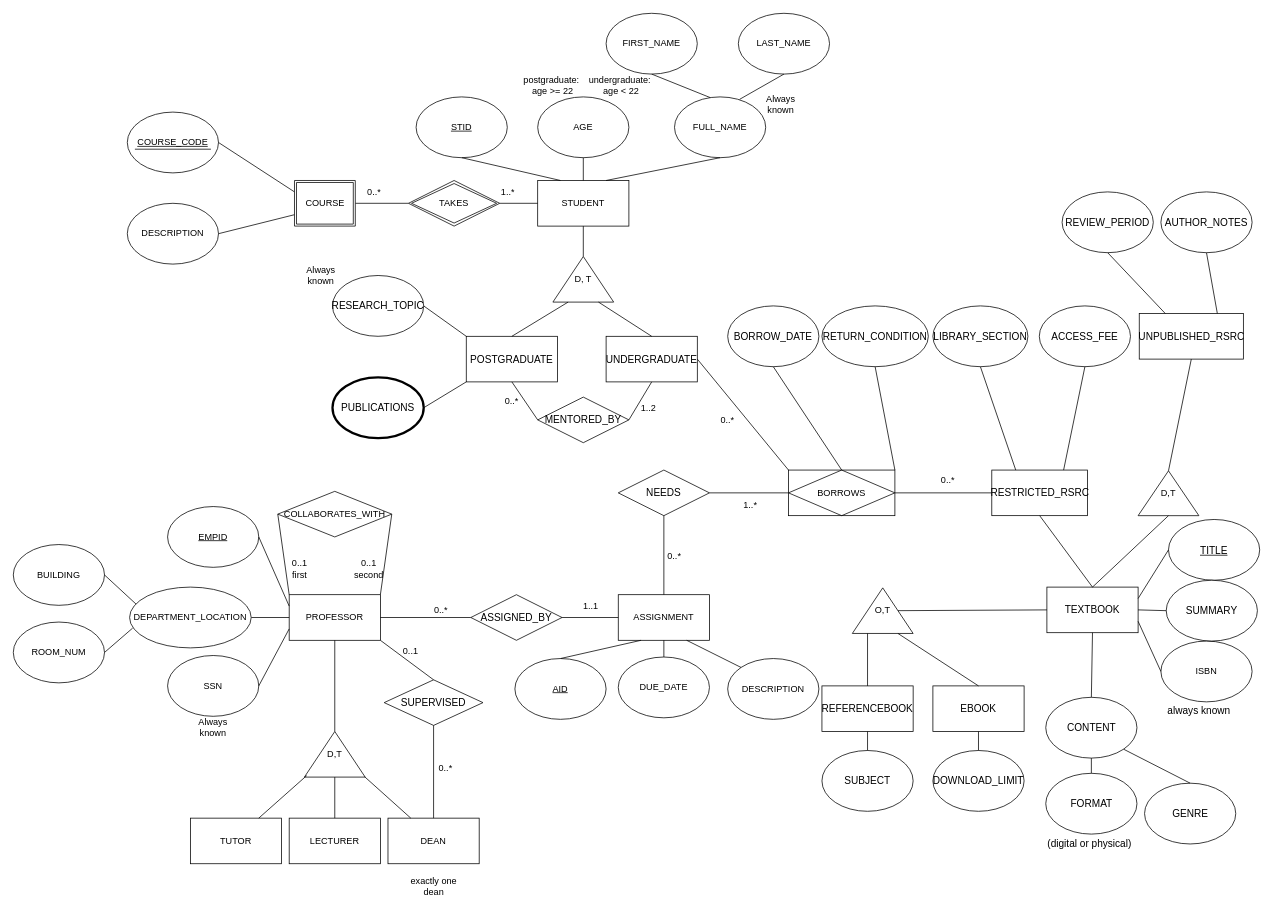
The draw.io diagram DM-HW1_Janis & Cuihuan.drawio in us-ja/Data_Management, before the edit. Source tidied: cells renumbered, new cells numbered last; positions are measured from the earlier drawing's top-left corner, leaving out a move shared by most shapes. Both pictures are drawn from the tidied source at 76%, with x=0, y=0 at pixel (13, 13).
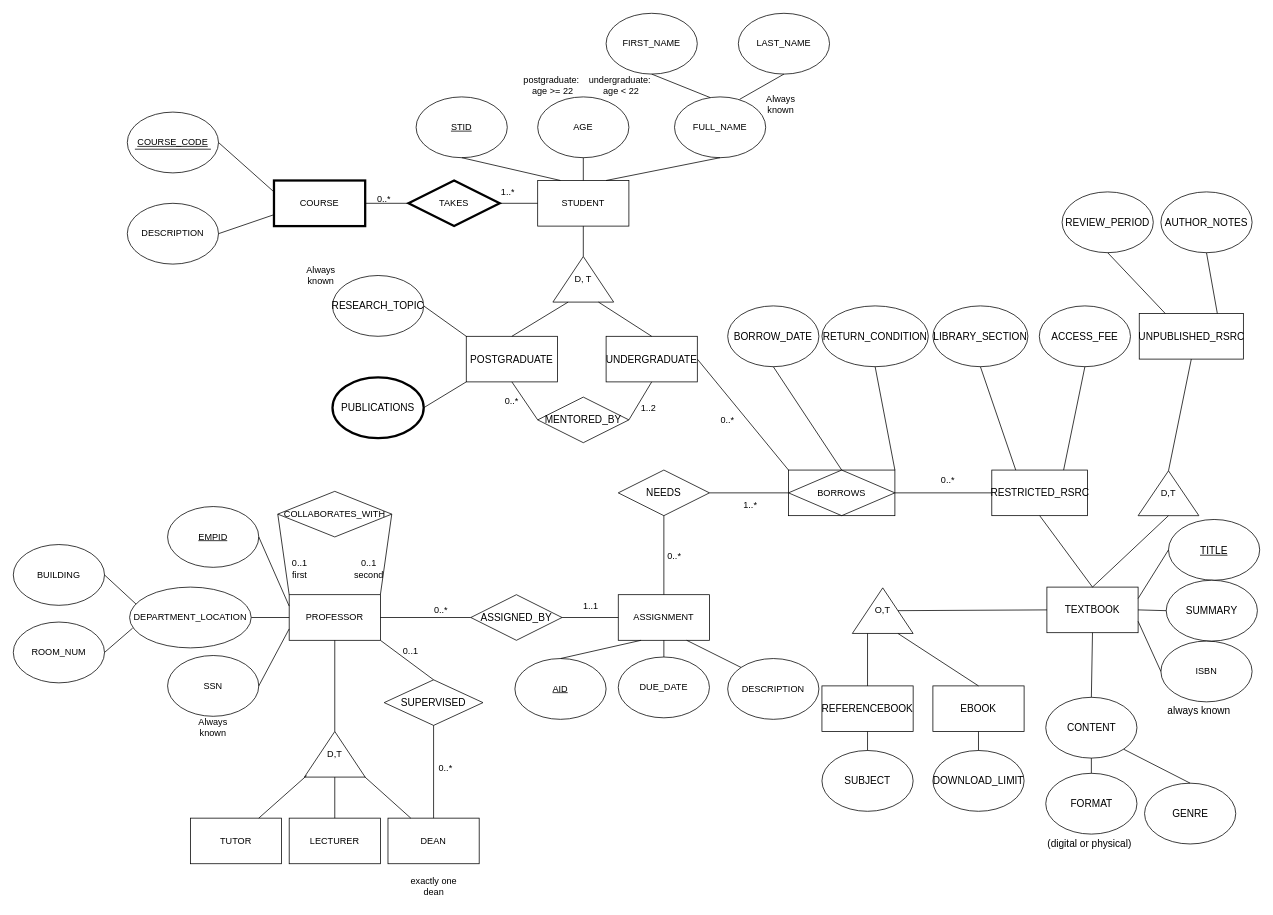
Above is the later version.

Unchanged cells that the change refers to:
```xml
<mxCell id="27" value="DESCRIPTION" style="ellipse;whiteSpace=wrap;html=1;" parent="1" vertex="1">
  <mxGeometry x="150" y="250" width="120" height="80" as="geometry" />
</mxCell>
<mxCell id="28" value="&lt;u&gt;COURSE_CODE&lt;/u&gt;" style="ellipse;whiteSpace=wrap;html=1;fontStyle=0;" parent="1" vertex="1">
  <mxGeometry x="150" y="130" width="120" height="80" as="geometry" />
</mxCell>
```

What changed in the source:
```diff
@@
-    <mxCell id="29" style="endArrow=none;html=1;rounded=0;exitX=1;exitY=0.5;exitDx=0;exitDy=0;entryX=0;entryY=0;entryDx=0;entryDy=15;entryPerimeter=0;" parent="1" edge="1" source="28" target="79">
+    <mxCell id="29" style="endArrow=none;html=1;rounded=0;exitX=1;exitY=0.5;exitDx=0;exitDy=0;entryX=0;entryY=0.25;entryDx=0;entryDy=0;shadow=0;fontColor=default;" parent="1" edge="1" source="28" target="81">
       <mxGeometry relative="1" as="geometry" />
     </mxCell>
-    <mxCell id="30" style="endArrow=none;html=1;rounded=0;entryX=1;entryY=0.5;entryDx=0;entryDy=0;exitX=0;exitY=0;exitDx=0;exitDy=45;exitPerimeter=0;" parent="1" edge="1" source="79" target="27">
+    <mxCell id="30" style="endArrow=none;html=1;rounded=0;entryX=1;entryY=0.5;entryDx=0;entryDy=0;exitX=0;exitY=0.75;exitDx=0;exitDy=0;shadow=0;fontColor=default;" parent="1" edge="1" source="81" target="27">
       <mxGeometry relative="1" as="geometry" />
     </mxCell>
@@
-    <mxCell id="78" style="edgeStyle=orthogonalEdgeStyle;rounded=0;jettySize=auto;html=1;endArrow=none;startFill=0;" parent="1" edge="1" source="79" target="80">
+    <mxCell id="78" style="edgeStyle=orthogonalEdgeStyle;rounded=0;jettySize=auto;html=1;endArrow=none;startFill=0;shadow=0;fontColor=default;exitX=1;exitY=0.5;exitDx=0;exitDy=0;" parent="1" edge="1" source="81" target="80">
       <mxGeometry relative="1" as="geometry" />
     </mxCell>
-    <mxCell id="79" style="verticalLabelPosition=bottom;verticalAlign=top;html=1;shape=mxgraph.basic.frame;dx=2.63;whiteSpace=wrap;" parent="1" vertex="1">
-      <mxGeometry x="370" y="220" width="80" height="60" as="geometry" />
-    </mxCell>
-    <mxCell id="80" value="TAKES" style="shape=rhombus;double=1;perimeter=rhombusPerimeter;whiteSpace=wrap;html=1;align=center;" parent="1" vertex="1">
+    <mxCell id="80" value="TAKES" style="shape=rhombus;double=0;perimeter=rhombusPerimeter;whiteSpace=wrap;html=1;align=center;strokeWidth=3;" parent="1" vertex="1">
       <mxGeometry x="520" y="220" width="120" height="60" as="geometry" />
     </mxCell>
-    <mxCell id="81" value="COURSE" style="text;html=1;align=center;verticalAlign=middle;points=[];strokeColor=none;fillColor=none;" parent="1" vertex="1">
-      <mxGeometry x="375" y="235" width="70" height="30" as="geometry" />
-    </mxCell>
     <mxCell id="82" value="0..*" style="text;strokeColor=none;fillColor=none;align=left;verticalAlign=middle;spacingLeft=4;spacingRight=4;overflow=hidden;whiteSpace=wrap;html=1;" parent="1" vertex="1">
-      <mxGeometry x="460" y="220" width="80" height="30" as="geometry" />
+      <mxGeometry x="473" y="230" width="80" height="30" as="geometry" />
     </mxCell>
@@
+    <mxCell id="81" value="COURSE" style="rounded=0;whiteSpace=wrap;html=1;strokeWidth=3;" parent="1" vertex="1">
+      <mxGeometry x="343" y="220" width="120" height="60" as="geometry" />
+    </mxCell>
```
